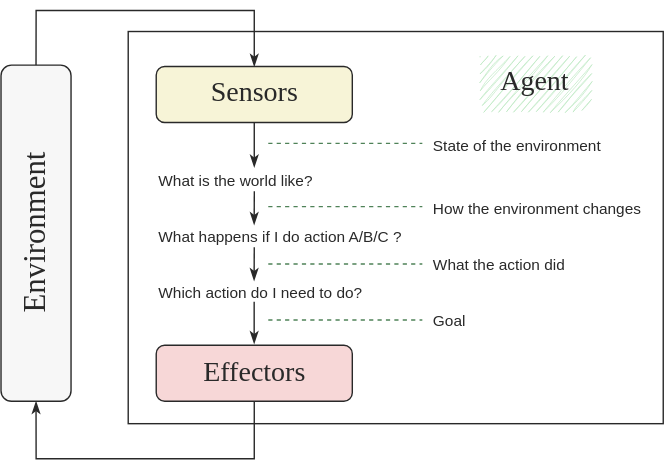
The draw.io diagram content/ia/imgs/0001-rational-agents.svg in leic-pt/resumos-leic, before a commit. Source tidied: cells renumbered, new cells last; positions are measured from the earlier drawing's top-left corner, leaving out a move shared by most shapes.
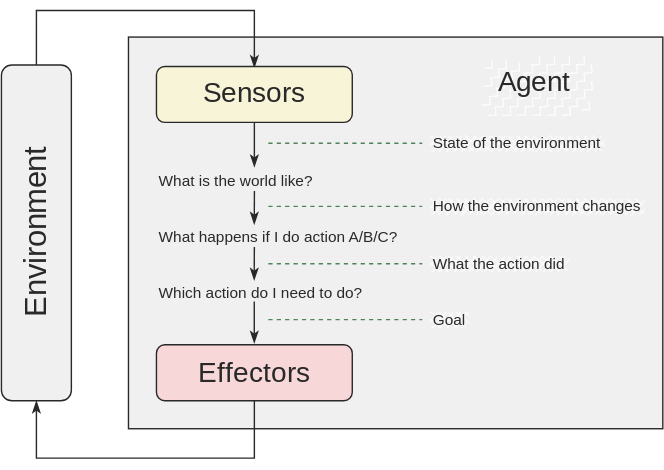
After the commit.

What changed in the source:
```diff
@@ -2,10 +2,10 @@
   <root>
     <mxCell id="0" />
     <mxCell id="1" parent="0" />
-    <mxCell id="2" style="rounded=0;whiteSpace=wrap;html=1;shadow=0;glass=0;sketch=0;fontFamily=Helvetica;fontSize=12;fontColor=#292929;strokeColor=#292929;strokeWidth=1;fillColor=none;gradientColor=none;" parent="1" vertex="1">
-      <mxGeometry x="174" y="15" width="382" height="280" as="geometry" />
+    <mxCell id="2" style="rounded=0;whiteSpace=wrap;html=1;shadow=0;glass=0;sketch=0;fontFamily=Helvetica;fontSize=12;fontColor=#292929;strokeColor=#292929;strokeWidth=1;fillColor=#f0f0f0;gradientColor=none;" parent="1" vertex="1">
+      <mxGeometry x="174" y="19" width="382" height="280" as="geometry" />
     </mxCell>
-    <mxCell id="3" style="rounded=1;whiteSpace=wrap;html=1;shadow=0;glass=0;sketch=1;fontFamily=Helvetica;fontSize=11;strokeColor=none;strokeWidth=1;fillColor=#BCE8C2;" parent="1" vertex="1">
+    <mxCell id="3" style="rounded=1;whiteSpace=wrap;html=1;shadow=0;glass=0;sketch=1;fontFamily=Helvetica;fontSize=11;strokeColor=none;strokeWidth=1;fillColor=#ffffff;fillStyle=zigzag-line;" parent="1" vertex="1">
       <mxGeometry x="423.8" y="31.5" width="80" height="40" as="geometry" />
     </mxCell>
     <mxCell id="4" style="edgeStyle=orthogonalEdgeStyle;rounded=0;jettySize=auto;html=1;exitX=0.5;exitY=0;exitDx=0;exitDy=0;fontFamily=Helvetica;fontSize=12;fontColor=#292929;endArrow=classicThin;endFill=1;entryX=0.5;entryY=0.075;entryDx=0;entryDy=0;entryPerimeter=0;strokeColor=#292929;" parent="1" edge="1" source="5" target="8">
@@ -16,22 +16,22 @@
         </Array>
       </mxGeometry>
     </mxCell>
-    <mxCell id="5" style="rounded=1;whiteSpace=wrap;html=1;shadow=0;glass=0;sketch=0;fontFamily=Architects Daughter;fontSource=https%3A%2F%2Ffonts.googleapis.com%2Fcss%3Ffamily%3DArchitects%2BDaughter;fontSize=20;fontColor=#292929;strokeColor=#292929;strokeWidth=1;fillColor=#F7F7F7;gradientColor=none;" parent="1" vertex="1">
+    <mxCell id="5" style="rounded=1;whiteSpace=wrap;html=1;shadow=0;glass=0;sketch=0;fontFamily=Architects Daughter;fontSource=https%3A%2F%2Ffonts.googleapis.com%2Fcss%3Ffamily%3DArchitects%2BDaughter;fontSize=20;fontColor=#292929;strokeColor=#292929;strokeWidth=1;fillColor=#F0f0f0;gradientColor=none;" parent="1" vertex="1">
       <mxGeometry x="83.2" y="39" width="50" height="240" as="geometry" />
     </mxCell>
     <mxCell id="6" style="rounded=1;whiteSpace=wrap;html=1;shadow=0;glass=0;sketch=0;fontFamily=Architects Daughter;fontSource=https%3A%2F%2Ffonts.googleapis.com%2Fcss%3Ffamily%3DArchitects%2BDaughter;fontSize=15;fontColor=#292929;strokeColor=#292929;strokeWidth=1;fillColor=#F7F4D7;gradientColor=none;" parent="1" vertex="1">
       <mxGeometry x="194" y="40" width="140" height="40" as="geometry" />
     </mxCell>
-    <mxCell id="7" value="&lt;span style=&quot;font-size: 22px; font-weight: normal;&quot;&gt;&lt;font color=&quot;#292929&quot; face=&quot;Architects Daughter&quot;&gt;Environment&lt;/font&gt;&lt;/span&gt;" style="text;strokeColor=none;fillColor=none;html=1;fontSize=24;fontStyle=1;verticalAlign=middle;align=center;rotation=-90;fontColor=#000000;" parent="1" vertex="1">
+    <mxCell id="7" value="&lt;span style=&quot;font-size: 22px; font-weight: normal;&quot;&gt;&lt;font color=&quot;#292929&quot;&gt;Environment&lt;/font&gt;&lt;/span&gt;" style="text;strokeColor=none;fillColor=none;html=1;fontSize=24;fontStyle=1;verticalAlign=middle;align=center;rotation=-90;fontColor=#000000;fontFamily=Architects Daughter;fontSource=https%3A%2F%2Ffonts.googleapis.com%2Fcss%3Ffamily%3DArchitects%2BDaughter;" parent="1" vertex="1">
       <mxGeometry x="0.4" y="139" width="213.6" height="40" as="geometry" />
     </mxCell>
-    <mxCell id="8" value="&lt;span style=&quot;font-weight: normal;&quot;&gt;&lt;font color=&quot;#292929&quot; style=&quot;font-size: 20px;&quot; face=&quot;Architects Daughter&quot;&gt;Sensors&lt;/font&gt;&lt;/span&gt;" style="text;strokeColor=none;fillColor=none;html=1;fontSize=24;fontStyle=1;verticalAlign=middle;align=center;rotation=0;fontColor=#000000;" parent="1" vertex="1">
-      <mxGeometry x="214" y="37" width="100" height="40" as="geometry" />
+    <mxCell id="8" value="&lt;span style=&quot;font-weight: normal;&quot;&gt;&lt;font color=&quot;#292929&quot; style=&quot;font-size: 20px;&quot;&gt;Sensors&lt;/font&gt;&lt;/span&gt;" style="text;strokeColor=none;fillColor=none;html=1;fontSize=24;fontStyle=1;verticalAlign=middle;align=center;rotation=0;fontColor=#000000;fontFamily=Architects Daughter;fontSource=https%3A%2F%2Ffonts.googleapis.com%2Fcss%3Ffamily%3DArchitects%2BDaughter;" parent="1" vertex="1">
+      <mxGeometry x="214" y="38" width="100" height="40" as="geometry" />
     </mxCell>
     <mxCell id="9" value="&lt;font face=&quot;Helvetica&quot; style=&quot;font-size: 11px;&quot;&gt;What is the world like?&lt;/font&gt;" style="text;html=1;strokeColor=none;fillColor=none;align=left;verticalAlign=middle;whiteSpace=wrap;rounded=0;shadow=0;glass=0;sketch=0;fontFamily=Architects Daughter;fontSource=https%3A%2F%2Ffonts.googleapis.com%2Fcss%3Ffamily%3DArchitects%2BDaughter;fontSize=20;fontColor=#292929;" parent="1" vertex="1">
       <mxGeometry x="194" y="113" width="120" height="10" as="geometry" />
     </mxCell>
-    <mxCell id="10" value="&lt;font face=&quot;Helvetica&quot; style=&quot;font-size: 11px;&quot;&gt;What happens if I do action A/B/C ?&lt;/font&gt;" style="text;html=1;strokeColor=none;fillColor=none;align=left;verticalAlign=middle;whiteSpace=wrap;rounded=0;shadow=0;glass=0;sketch=0;fontFamily=Architects Daughter;fontSource=https%3A%2F%2Ffonts.googleapis.com%2Fcss%3Ffamily%3DArchitects%2BDaughter;fontSize=20;fontColor=#292929;" parent="1" vertex="1">
+    <mxCell id="10" value="&lt;font face=&quot;Helvetica&quot; style=&quot;font-size: 11px;&quot;&gt;What happens if I do action A/B/C?&lt;/font&gt;" style="text;html=1;strokeColor=none;fillColor=none;align=left;verticalAlign=middle;whiteSpace=wrap;rounded=0;shadow=0;glass=0;sketch=0;fontFamily=Architects Daughter;fontSource=https%3A%2F%2Ffonts.googleapis.com%2Fcss%3Ffamily%3DArchitects%2BDaughter;fontSize=20;fontColor=#292929;" parent="1" vertex="1">
       <mxGeometry x="194" y="153" width="180" height="10" as="geometry" />
     </mxCell>
     <mxCell id="11" value="&lt;font face=&quot;Helvetica&quot; style=&quot;font-size: 11px;&quot;&gt;Which action do I need to do?&lt;/font&gt;" style="text;html=1;strokeColor=none;fillColor=none;align=left;verticalAlign=middle;whiteSpace=wrap;rounded=0;shadow=0;glass=0;sketch=0;fontFamily=Architects Daughter;fontSource=https%3A%2F%2Ffonts.googleapis.com%2Fcss%3Ffamily%3DArchitects%2BDaughter;fontSize=20;fontColor=#292929;" parent="1" vertex="1">
@@ -48,11 +48,11 @@
     <mxCell id="13" style="rounded=1;whiteSpace=wrap;html=1;shadow=0;glass=0;sketch=0;fontFamily=Architects Daughter;fontSource=https%3A%2F%2Ffonts.googleapis.com%2Fcss%3Ffamily%3DArchitects%2BDaughter;fontSize=15;fontColor=#292929;strokeColor=#292929;strokeWidth=1;fillColor=#F7D7D7;gradientColor=none;" parent="1" vertex="1">
       <mxGeometry x="194" y="239" width="140" height="40" as="geometry" />
     </mxCell>
-    <mxCell id="14" value="&lt;span style=&quot;font-weight: normal;&quot;&gt;&lt;font color=&quot;#292929&quot; style=&quot;font-size: 20px;&quot; face=&quot;Architects Daughter&quot;&gt;Effectors&lt;/font&gt;&lt;/span&gt;" style="text;strokeColor=none;fillColor=none;html=1;fontSize=24;fontStyle=1;verticalAlign=middle;align=center;rotation=0;fontColor=#000000;" parent="1" vertex="1">
-      <mxGeometry x="214" y="237" width="100" height="40" as="geometry" />
+    <mxCell id="14" value="&lt;span style=&quot;font-weight: normal;&quot;&gt;&lt;font color=&quot;#292929&quot; style=&quot;font-size: 20px;&quot;&gt;Effectors&lt;/font&gt;&lt;/span&gt;" style="text;strokeColor=none;fillColor=none;html=1;fontSize=24;fontStyle=1;verticalAlign=middle;align=center;rotation=0;fontColor=#000000;fontFamily=Architects Daughter;fontSource=https%3A%2F%2Ffonts.googleapis.com%2Fcss%3Ffamily%3DArchitects%2BDaughter;" parent="1" vertex="1">
+      <mxGeometry x="214" y="238" width="100" height="40" as="geometry" />
     </mxCell>
-    <mxCell id="15" value="&lt;span style=&quot;font-weight: normal;&quot;&gt;&lt;font style=&quot;font-size: 20px;&quot; face=&quot;Architects Daughter&quot;&gt;Agent&lt;/font&gt;&lt;/span&gt;" style="text;strokeColor=none;fillColor=none;html=1;fontSize=24;fontStyle=1;verticalAlign=middle;align=center;rotation=0;fontColor=#292929;" parent="1" vertex="1">
-      <mxGeometry x="434" y="39" width="60" height="19" as="geometry" />
+    <mxCell id="15" value="&lt;span style=&quot;font-weight: normal;&quot;&gt;&lt;font style=&quot;font-size: 20px;&quot;&gt;Agent&lt;/font&gt;&lt;/span&gt;" style="text;strokeColor=none;fillColor=none;html=1;fontSize=24;fontStyle=1;verticalAlign=middle;align=center;rotation=0;fontColor=#292929;fontFamily=Architects Daughter;fontSource=https%3A%2F%2Ffonts.googleapis.com%2Fcss%3Ffamily%3DArchitects%2BDaughter;" parent="1" vertex="1">
+      <mxGeometry x="434" y="40" width="60" height="19" as="geometry" />
     </mxCell>
     <mxCell id="16" style="endArrow=classicThin;html=1;rounded=0;fontFamily=Helvetica;fontSize=12;fontColor=#292929;endFill=1;strokeColor=#292929;" parent="1" edge="1">
       <mxGeometry relative="1" as="geometry">
@@ -77,17 +77,17 @@
         <mxPoint x="263.9" y="153" as="targetPoint" />
       </mxGeometry>
     </mxCell>
-    <mxCell id="20" value="&lt;font face=&quot;Helvetica&quot; style=&quot;font-size: 11px;&quot;&gt;State of the environment&lt;/font&gt;" style="text;html=1;strokeColor=none;fillColor=none;align=left;verticalAlign=middle;whiteSpace=wrap;rounded=0;shadow=0;glass=0;sketch=0;fontFamily=Architects Daughter;fontSource=https%3A%2F%2Ffonts.googleapis.com%2Fcss%3Ffamily%3DArchitects%2BDaughter;fontSize=20;fontColor=#292929;" parent="1" vertex="1">
-      <mxGeometry x="390" y="88" width="130" height="10" as="geometry" />
+    <mxCell id="20" value="&lt;font face=&quot;Helvetica&quot; style=&quot;font-size: 11px;&quot;&gt;State of the environment&lt;/font&gt;" style="text;html=1;strokeColor=none;fillColor=default;align=left;verticalAlign=middle;whiteSpace=wrap;rounded=0;shadow=0;glass=0;sketch=1;fontFamily=Architects Daughter;fontSource=https%3A%2F%2Ffonts.googleapis.com%2Fcss%3Ffamily%3DArchitects%2BDaughter;fontSize=11;fontColor=#292929;gradientColor=#ffffff;fillStyle=cross-hatch;" parent="1" vertex="1">
+      <mxGeometry x="390" y="90" width="122" height="10" as="geometry" />
     </mxCell>
-    <mxCell id="21" value="&lt;font face=&quot;Helvetica&quot; style=&quot;font-size: 11px;&quot;&gt;How the environment changes&lt;/font&gt;" style="text;html=1;strokeColor=none;fillColor=none;align=left;verticalAlign=middle;whiteSpace=wrap;rounded=0;shadow=0;glass=0;sketch=0;fontFamily=Architects Daughter;fontSource=https%3A%2F%2Ffonts.googleapis.com%2Fcss%3Ffamily%3DArchitects%2BDaughter;fontSize=20;fontColor=#292929;" parent="1" vertex="1">
-      <mxGeometry x="390" y="133" width="160" height="10" as="geometry" />
+    <mxCell id="21" value="&lt;font face=&quot;Helvetica&quot; style=&quot;font-size: 11px;&quot;&gt;How the environment changes&lt;/font&gt;" style="text;html=1;strokeColor=none;fillColor=#FFFFFF;align=left;verticalAlign=middle;whiteSpace=wrap;rounded=0;shadow=0;glass=0;sketch=1;fontFamily=Architects Daughter;fontSource=https%3A%2F%2Ffonts.googleapis.com%2Fcss%3Ffamily%3DArchitects%2BDaughter;fontSize=11;fontColor=#292929;fillStyle=cross-hatch;" parent="1" vertex="1">
+      <mxGeometry x="390" y="135" width="152" height="10" as="geometry" />
     </mxCell>
-    <mxCell id="22" value="&lt;font face=&quot;Helvetica&quot; style=&quot;font-size: 11px;&quot;&gt;What the action did&lt;/font&gt;" style="text;html=1;strokeColor=none;fillColor=none;align=left;verticalAlign=middle;whiteSpace=wrap;rounded=0;shadow=0;glass=0;sketch=0;fontFamily=Architects Daughter;fontSource=https%3A%2F%2Ffonts.googleapis.com%2Fcss%3Ffamily%3DArchitects%2BDaughter;fontSize=20;fontColor=#292929;" parent="1" vertex="1">
-      <mxGeometry x="390" y="173" width="100" height="10" as="geometry" />
+    <mxCell id="22" value="&lt;font face=&quot;Helvetica&quot; style=&quot;font-size: 11px;&quot;&gt;What the action did&lt;/font&gt;" style="text;html=1;strokeColor=none;fillColor=#FFFFFF;align=left;verticalAlign=middle;whiteSpace=wrap;rounded=0;shadow=0;glass=0;sketch=1;fontFamily=Architects Daughter;fontSource=https%3A%2F%2Ffonts.googleapis.com%2Fcss%3Ffamily%3DArchitects%2BDaughter;fontSize=11;fontColor=#292929;fillStyle=cross-hatch;" parent="1" vertex="1">
+      <mxGeometry x="390" y="176" width="97" height="10" as="geometry" />
     </mxCell>
-    <mxCell id="23" value="&lt;font face=&quot;Helvetica&quot;&gt;&lt;span style=&quot;font-size: 11px;&quot;&gt;Goal&lt;/span&gt;&lt;/font&gt;" style="text;html=1;strokeColor=none;fillColor=none;align=left;verticalAlign=middle;whiteSpace=wrap;rounded=0;shadow=0;glass=0;sketch=0;fontFamily=Architects Daughter;fontSource=https%3A%2F%2Ffonts.googleapis.com%2Fcss%3Ffamily%3DArchitects%2BDaughter;fontSize=20;fontColor=#292929;" parent="1" vertex="1">
-      <mxGeometry x="390" y="213" width="30" height="10" as="geometry" />
+    <mxCell id="23" value="&lt;font face=&quot;Helvetica&quot; style=&quot;font-size: 11px;&quot;&gt;&lt;span style=&quot;font-size: 11px;&quot;&gt;Goal&lt;/span&gt;&lt;/font&gt;" style="text;html=1;strokeColor=none;fillColor=default;align=left;verticalAlign=middle;whiteSpace=wrap;rounded=0;shadow=0;glass=0;sketch=1;fontFamily=Architects Daughter;fontSource=https%3A%2F%2Ffonts.googleapis.com%2Fcss%3Ffamily%3DArchitects%2BDaughter;fontSize=11;fontColor=#292929;fillStyle=cross-hatch;" parent="1" vertex="1">
+      <mxGeometry x="390" y="216" width="26" height="10" as="geometry" />
     </mxCell>
     <mxCell id="24" style="endArrow=none;dashed=1;html=1;rounded=0;fontFamily=Helvetica;fontSize=11;fontColor=#292929;strokeColor=#4F8258;" parent="1" edge="1">
       <mxGeometry relative="1" as="geometry">
```
